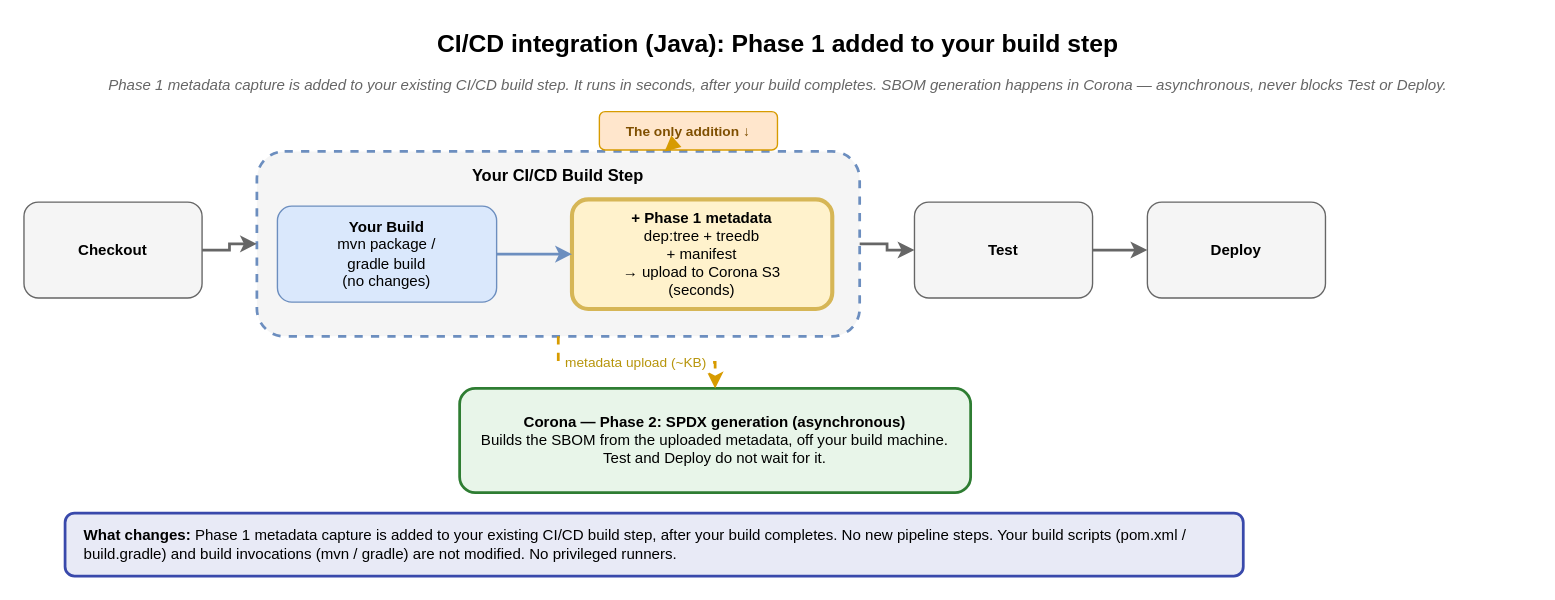
Before: docs/sidecar/java/java-sbom-cicd-integration.drawio in tedg-dev/bisbom-gen, a draw.io diagram. Source tidied: cells renumbered, new cells numbered last; positions are measured from the earlier drawing's top-left corner, leaving out a move shared by most shapes. Both pictures are drawn from the tidied source at 137%, with x=0, y=0 at pixel (23, 23).
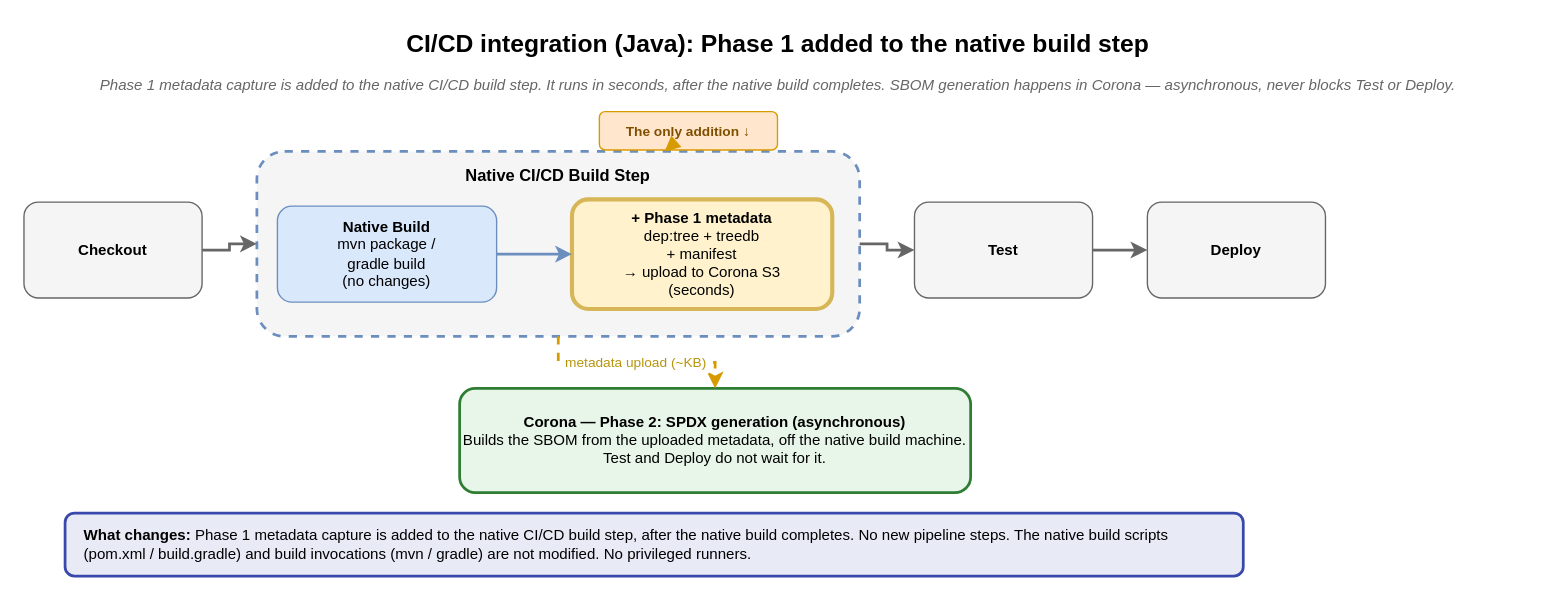
Above is the later version.

The edit, as a diff of the source:
```diff
@@
 <mxGraphModel>
   <root>
     <mxCell id="0" />
     <mxCell id="1" parent="0" />
-    <mxCell id="2" value="CI/CD integration (Java): Phase 1 added to your build step" style="text;html=1;fontSize=18;fontStyle=1;align=center;verticalAlign=middle;" parent="1" vertex="1">
+    <mxCell id="2" value="CI/CD integration (Java): Phase 1 added to the native build step" style="text;html=1;fontSize=18;fontStyle=1;align=center;verticalAlign=middle;" parent="1" vertex="1">
       <mxGeometry x="20" width="1060" height="30" as="geometry" />
     </mxCell>
-    <mxCell id="3" value="Phase 1 metadata capture is added to your existing CI/CD build step. It runs in seconds, after your build completes. SBOM generation happens in Corona — asynchronous, never blocks Test or Deploy." style="text;html=1;fontSize=11;fontStyle=2;align=center;fontColor=#666666;" parent="1" vertex="1">
+    <mxCell id="3" value="Phase 1 metadata capture is added to the native CI/CD build step. It runs in seconds, after the native build completes. SBOM generation happens in Corona — asynchronous, never blocks Test or Deploy." style="text;html=1;fontSize=11;fontStyle=2;align=center;fontColor=#666666;" parent="1" vertex="1">
       <mxGeometry y="32" width="1100" height="22" as="geometry" />
     </mxCell>
     <mxCell id="4" value="Checkout" style="rounded=1;whiteSpace=wrap;html=1;fillColor=#f5f5f5;strokeColor=#666666;fontSize=11;fontStyle=1;verticalAlign=middle;" parent="1" vertex="1">
       <mxGeometry y="130" width="130" height="70" as="geometry" />
     </mxCell>
-    <mxCell id="5" value="Your CI/CD Build Step" style="rounded=1;whiteSpace=wrap;html=1;fillColor=#f5f5f5;strokeColor=#6c8ebf;strokeWidth=2;dashed=1;fontSize=12;fontStyle=1;verticalAlign=top;align=center;spacingTop=4;" parent="1" vertex="1">
+    <mxCell id="5" value="Native CI/CD Build Step" style="rounded=1;whiteSpace=wrap;html=1;fillColor=#f5f5f5;strokeColor=#6c8ebf;strokeWidth=2;dashed=1;fontSize=12;fontStyle=1;verticalAlign=top;align=center;spacingTop=4;" parent="1" vertex="1">
       <mxGeometry x="170" y="93" width="440" height="135" as="geometry" />
     </mxCell>
-    <mxCell id="6" value="&lt;b&gt;Your Build&lt;/b&gt;&#10;mvn package /&#10;gradle build&#10;(no changes)" style="rounded=1;whiteSpace=wrap;html=1;fillColor=#dae8fc;strokeColor=#6c8ebf;fontSize=11;verticalAlign=middle;" parent="5" vertex="1">
+    <mxCell id="6" value="&lt;b&gt;Native Build&lt;/b&gt;&#10;mvn package /&#10;gradle build&#10;(no changes)" style="rounded=1;whiteSpace=wrap;html=1;fillColor=#dae8fc;strokeColor=#6c8ebf;fontSize=11;verticalAlign=middle;" parent="5" vertex="1">
       <mxGeometry x="15" y="40" width="160" height="70" as="geometry" />
     </mxCell>
     <mxCell id="7" value="&lt;b&gt;+ Phase 1 metadata&lt;/b&gt;&#10;dep:tree + treedb&#10;+ manifest&#10;→ upload to Corona S3&#10;(seconds)" style="rounded=1;whiteSpace=wrap;html=1;fillColor=#fff2cc;strokeColor=#d6b656;strokeWidth=3;fontSize=11;verticalAlign=middle;" parent="5" vertex="1">
       <mxGeometry x="230" y="35" width="190" height="80" as="geometry" />
     </mxCell>
     <mxCell id="8" style="edgeStyle=orthogonalEdgeStyle;rounded=0;strokeColor=#6c8ebf;strokeWidth=2;" parent="5" edge="1" source="6" target="7">
       <mxGeometry relative="1" as="geometry" />
     </mxCell>
     <mxCell id="9" value="Test" style="rounded=1;whiteSpace=wrap;html=1;fillColor=#f5f5f5;strokeColor=#666666;fontSize=11;fontStyle=1;verticalAlign=middle;" parent="1" vertex="1">
       <mxGeometry x="650" y="130" width="130" height="70" as="geometry" />
     </mxCell>
     <mxCell id="10" value="Deploy" style="rounded=1;whiteSpace=wrap;html=1;fillColor=#f5f5f5;strokeColor=#666666;fontSize=11;fontStyle=1;verticalAlign=middle;" parent="1" vertex="1">
       <mxGeometry x="820" y="130" width="130" height="70" as="geometry" />
     </mxCell>
     <mxCell id="11" style="edgeStyle=orthogonalEdgeStyle;rounded=0;strokeColor=#666666;strokeWidth=2;" parent="1" edge="1" source="4" target="5">
       <mxGeometry relative="1" as="geometry" />
     </mxCell>
     <mxCell id="12" style="edgeStyle=orthogonalEdgeStyle;rounded=0;strokeColor=#666666;strokeWidth=2;" parent="1" edge="1" source="5" target="9">
       <mxGeometry relative="1" as="geometry" />
     </mxCell>
     <mxCell id="13" style="edgeStyle=orthogonalEdgeStyle;rounded=0;strokeColor=#666666;strokeWidth=2;" parent="1" edge="1" source="9" target="10">
       <mxGeometry relative="1" as="geometry" />
     </mxCell>
     <mxCell id="14" value="The only addition ↓" style="rounded=1;whiteSpace=wrap;html=1;fillColor=#ffe6cc;strokeColor=#d79b00;fontSize=10;fontStyle=1;fontColor=#7f4f00;" parent="1" vertex="1">
       <mxGeometry x="420" y="64" width="130" height="28" as="geometry" />
     </mxCell>
     <mxCell id="15" style="edgeStyle=none;rounded=0;strokeColor=#d79b00;strokeWidth=2;endArrow=block;" parent="1" edge="1" source="14" target="5">
       <mxGeometry relative="1" as="geometry" />
     </mxCell>
-    <mxCell id="16" value="&lt;b&gt;Corona — Phase 2: SPDX generation (asynchronous)&lt;/b&gt;&lt;br&gt;Builds the SBOM from the uploaded metadata, off your build machine.&lt;br&gt;Test and Deploy do not wait for it." style="rounded=1;whiteSpace=wrap;html=1;fillColor=#e8f5e9;strokeColor=#2e7d32;strokeWidth=2;fontSize=11;align=center;verticalAlign=middle;" parent="1" vertex="1">
+    <mxCell id="16" value="&lt;b&gt;Corona — Phase 2: SPDX generation (asynchronous)&lt;/b&gt;&lt;br&gt;Builds the SBOM from the uploaded metadata, off the native build machine.&lt;br&gt;Test and Deploy do not wait for it." style="rounded=1;whiteSpace=wrap;html=1;fillColor=#e8f5e9;strokeColor=#2e7d32;strokeWidth=2;fontSize=11;align=center;verticalAlign=middle;" parent="1" vertex="1">
       <mxGeometry x="318" y="266" width="373" height="76" as="geometry" />
     </mxCell>
     <mxCell id="17" value="metadata upload (~KB)" style="edgeStyle=orthogonalEdgeStyle;rounded=0;strokeColor=#d79b00;strokeWidth=2;dashed=1;fontSize=10;fontColor=#b7950b;exitX=0.5;exitY=1;exitDx=0;exitDy=0;entryX=0.5;entryY=0;entryDx=0;entryDy=0;" parent="1" edge="1" source="5" target="16">
       <mxGeometry relative="1" as="geometry" />
     </mxCell>
-    <mxCell id="18" value="&lt;b&gt;What changes:&lt;/b&gt; Phase 1 metadata capture is added to your existing CI/CD build step, after your build completes. No new pipeline steps. Your build scripts (pom.xml / build.gradle) and build invocations (mvn / gradle) are not modified. No privileged runners." style="rounded=1;whiteSpace=wrap;html=1;fillColor=#e8eaf6;strokeColor=#3949ab;strokeWidth=2;fontSize=11;fontStyle=0;align=left;verticalAlign=middle;spacingLeft=12;spacingRight=12;" parent="1" vertex="1">
+    <mxCell id="18" value="&lt;b&gt;What changes:&lt;/b&gt; Phase 1 metadata capture is added to the native CI/CD build step, after the native build completes. No new pipeline steps. The native build scripts (pom.xml / build.gradle) and build invocations (mvn / gradle) are not modified. No privileged runners." style="rounded=1;whiteSpace=wrap;html=1;fillColor=#e8eaf6;strokeColor=#3949ab;strokeWidth=2;fontSize=11;fontStyle=0;align=left;verticalAlign=middle;spacingLeft=12;spacingRight=12;" parent="1" vertex="1">
       <mxGeometry x="30" y="357" width="860" height="46" as="geometry" />
     </mxCell>
   </root>
 </mxGraphModel>
```
